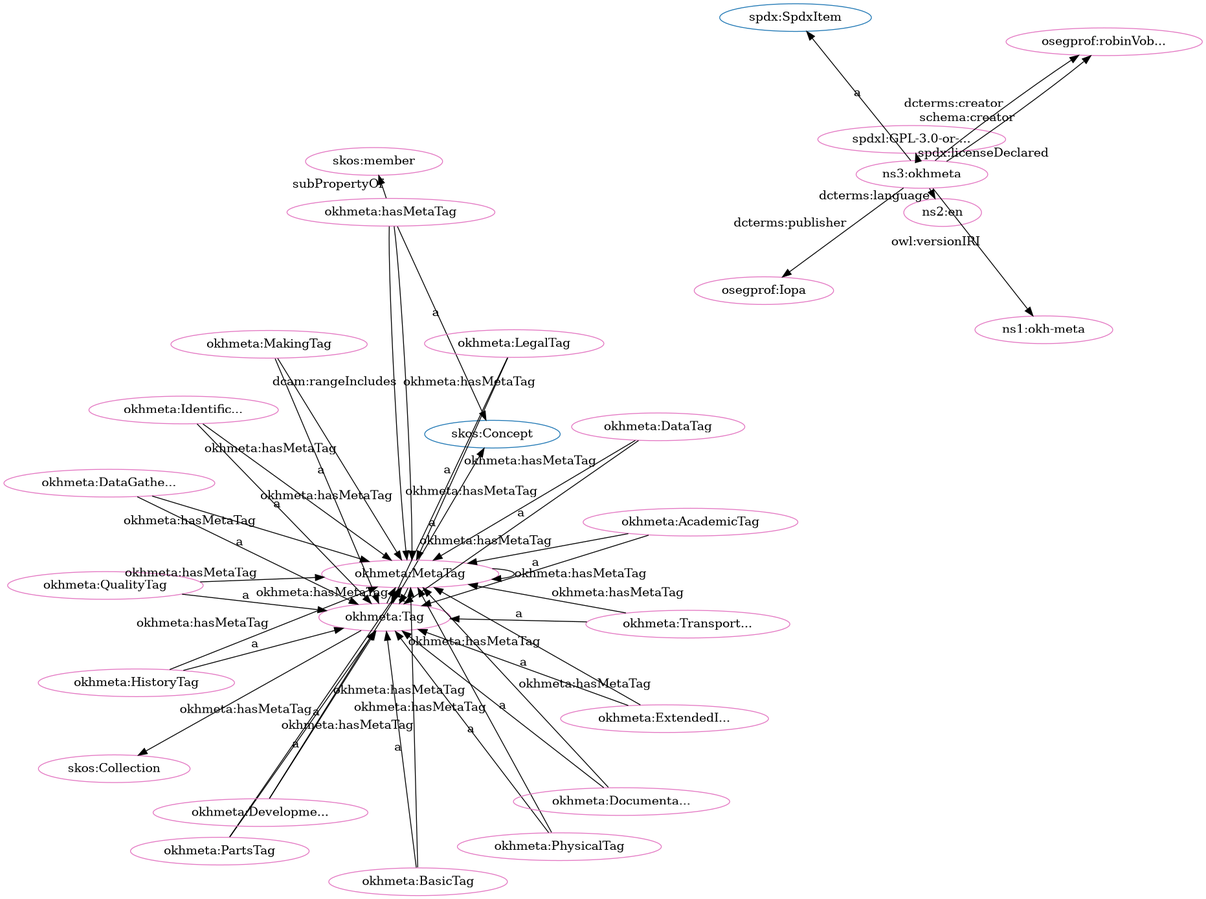
iop-alliance/OpenKnowHow keeps this Graphviz diagram as src/spec/fdp_okh-meta-clean.png. Above is the earlier version. Its source is kept beside it as src/spec/fdp_okh-meta-clean.dot.
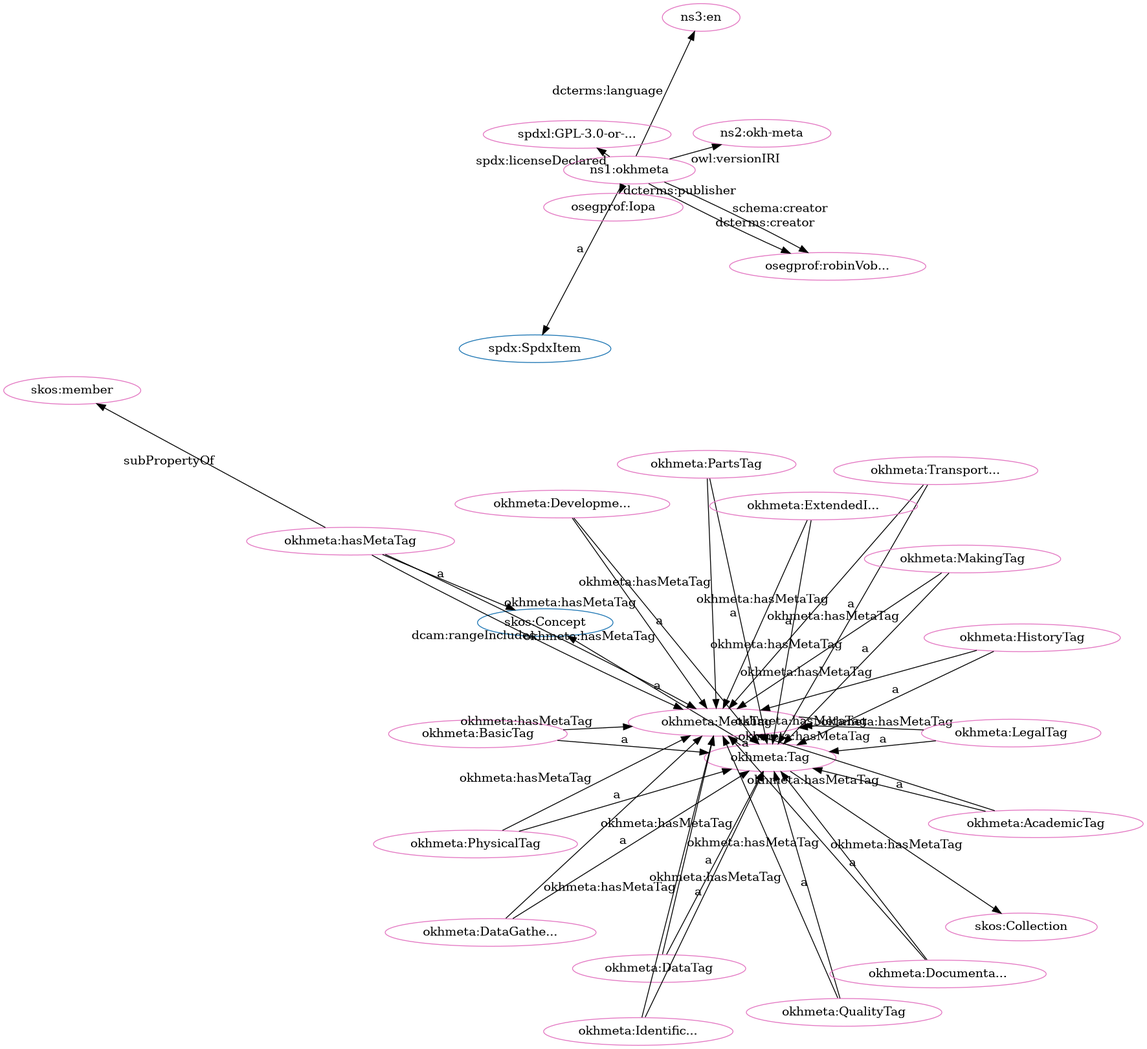
Above is the later version.

The edit, as a diff of the source:
```diff
@@ -1,80 +1,80 @@
 digraph G {
   rankdir=BT
   node[height=.3]
+"http://w3id.org/oseg/ont/okhmeta#Tag" [fillcolor="#1f77b4" color="#1f77b4" label="okhmeta:Tag"]
+"http://www.w3.org/2004/02/skos/core#Collection" [fillcolor="#1f77b4" color="#1f77b4" label="skos:Collection"]
 "http://spdx.org/rdf/terms#SpdxItem" [fillcolor="#1f77b4" color="#1f77b4" label="spdx:SpdxItem"]
-"http://w3id.org/oseg/ont/okhmeta#Tag" [fillcolor="#1f77b4" color="#1f77b4" label="okhmeta:Tag"]
 "http://www.w3.org/2004/02/skos/core#Concept" [fillcolor="#1f77b4" color="#1f77b4" label="skos:Concept"]
-"http://www.w3.org/2004/02/skos/core#Collection" [fillcolor="#1f77b4" color="#1f77b4" label="skos:Collection"]
+"http://w3id.org/oseg/ont/okhmeta#hasMetaTag" [fillcolor="#e377c2" color="#e377c2" label="okhmeta:hasMetaTag"]
+"http://w3id.org/oseg/ont/okhmeta#TransportationTag" [fillcolor="#e377c2" color="#e377c2" label="okhmeta:Transport..."]
+"http://w3id.org/oseg/ont/okhmeta#MetaTag" [fillcolor="#e377c2" color="#e377c2" label="okhmeta:MetaTag"]
+"http://w3id.org/oseg/ont/okhmeta#PartsTag" [fillcolor="#e377c2" color="#e377c2" label="okhmeta:PartsTag"]
+"http://w3id.org/oseg/ont/okhmeta" [fillcolor="#e377c2" color="#e377c2" label="ns1:okhmeta"]
+"http://w3id.org/oseg/ont/okhmeta#Tag" [fillcolor="#e377c2" color="#e377c2" label="okhmeta:Tag"]
+"http://w3id.org/oseg/ont/okhmeta#AcademicTag" [fillcolor="#e377c2" color="#e377c2" label="okhmeta:AcademicTag"]
+"http://w3id.org/oseg/ont/okhmeta#DevelopmentTag" [fillcolor="#e377c2" color="#e377c2" label="okhmeta:Developme..."]
+"http://www.w3.org/2004/02/skos/core#Collection" [fillcolor="#e377c2" color="#e377c2" label="skos:Collection"]
 "http://w3id.org/oseg/ont/okhmeta#BasicTag" [fillcolor="#e377c2" color="#e377c2" label="okhmeta:BasicTag"]
-"http://w3id.org/oseg/ont/okhmeta#MetaTag" [fillcolor="#e377c2" color="#e377c2" label="okhmeta:MetaTag"]
-"http://w3id.org/oseg/ont/1.1.0/okh-meta" [fillcolor="#e377c2" color="#e377c2" label="ns1:okh-meta"]
 "http://w3id.org/oseg/ont/okhmeta#DataTag" [fillcolor="#e377c2" color="#e377c2" label="okhmeta:DataTag"]
-"http://w3id.org/oseg/ont/okhmeta#hasMetaTag" [fillcolor="#e377c2" color="#e377c2" label="okhmeta:hasMetaTag"]
-"http://w3id.org/oseg/ont/okhmeta#PartsTag" [fillcolor="#e377c2" color="#e377c2" label="okhmeta:PartsTag"]
-"http://w3id.org/oseg/ont/okhmeta#HistoryTag" [fillcolor="#e377c2" color="#e377c2" label="okhmeta:HistoryTag"]
-"http://w3id.org/oseg/ont/okhmeta#DevelopmentTag" [fillcolor="#e377c2" color="#e377c2" label="okhmeta:Developme..."]
-"http://id.loc.gov/vocabulary/iso639-1/en" [fillcolor="#e377c2" color="#e377c2" label="ns2:en"]
-"http://www.w3.org/2004/02/skos/core#Collection" [fillcolor="#e377c2" color="#e377c2" label="skos:Collection"]
-"http://w3id.org/oseg/ont/okhmeta#PhysicalTag" [fillcolor="#e377c2" color="#e377c2" label="okhmeta:PhysicalTag"]
-"http://w3id.org/oseg/ont/okhmeta#LegalTag" [fillcolor="#e377c2" color="#e377c2" label="okhmeta:LegalTag"]
-"http://spdx.org/licenses/GPL-3.0-or-later" [fillcolor="#e377c2" color="#e377c2" label="spdxl:GPL-3.0-or-..."]
-"http://w3id.org/oseg/ont/okhmeta#TransportationTag" [fillcolor="#e377c2" color="#e377c2" label="okhmeta:Transport..."]
-"http://w3id.org/oseg/ont/okhmeta" [fillcolor="#e377c2" color="#e377c2" label="ns3:okhmeta"]
-"http://www.w3.org/2004/02/skos/core#member" [fillcolor="#e377c2" color="#e377c2" label="skos:member"]
 "http://w3id.org/oseg/ont/oseg-profiles#robinVobruba" [fillcolor="#e377c2" color="#e377c2" label="osegprof:robinVob..."]
-"http://w3id.org/oseg/ont/okhmeta#QualityTag" [fillcolor="#e377c2" color="#e377c2" label="okhmeta:QualityTag"]
-"http://w3id.org/oseg/ont/okhmeta#AcademicTag" [fillcolor="#e377c2" color="#e377c2" label="okhmeta:AcademicTag"]
-"http://w3id.org/oseg/ont/okhmeta#DocumentationTag" [fillcolor="#e377c2" color="#e377c2" label="okhmeta:Documenta..."]
-"http://w3id.org/oseg/ont/oseg-profiles#Iopa" [fillcolor="#e377c2" color="#e377c2" label="osegprof:Iopa"]
-"http://w3id.org/oseg/ont/okhmeta#IdentificationTag" [fillcolor="#e377c2" color="#e377c2" label="okhmeta:Identific..."]
-"http://w3id.org/oseg/ont/okhmeta#MakingTag" [fillcolor="#e377c2" color="#e377c2" label="okhmeta:MakingTag"]
 "http://w3id.org/oseg/ont/okhmeta#DataGatheringTag" [fillcolor="#e377c2" color="#e377c2" label="okhmeta:DataGathe..."]
 "http://w3id.org/oseg/ont/okhmeta#ExtendedInfoTag" [fillcolor="#e377c2" color="#e377c2" label="okhmeta:ExtendedI..."]
-"http://w3id.org/oseg/ont/okhmeta#Tag" [fillcolor="#e377c2" color="#e377c2" label="okhmeta:Tag"]
+"http://w3id.org/oseg/ont/okhmeta#QualityTag" [fillcolor="#e377c2" color="#e377c2" label="okhmeta:QualityTag"]
+"http://w3id.org/oseg/ont/1.1.0/okh-meta" [fillcolor="#e377c2" color="#e377c2" label="ns2:okh-meta"]
+"http://id.loc.gov/vocabulary/iso639-1/en" [fillcolor="#e377c2" color="#e377c2" label="ns3:en"]
+"http://www.w3.org/2004/02/skos/core#member" [fillcolor="#e377c2" color="#e377c2" label="skos:member"]
+"http://spdx.org/licenses/GPL-3.0-or-later" [fillcolor="#e377c2" color="#e377c2" label="spdxl:GPL-3.0-or-..."]
+"http://w3id.org/oseg/ont/okhmeta#MakingTag" [fillcolor="#e377c2" color="#e377c2" label="okhmeta:MakingTag"]
+"http://w3id.org/oseg/ont/okhmeta#LegalTag" [fillcolor="#e377c2" color="#e377c2" label="okhmeta:LegalTag"]
+"http://w3id.org/oseg/ont/okhmeta#PhysicalTag" [fillcolor="#e377c2" color="#e377c2" label="okhmeta:PhysicalTag"]
+"http://w3id.org/oseg/ont/okhmeta#IdentificationTag" [fillcolor="#e377c2" color="#e377c2" label="okhmeta:Identific..."]
+"http://w3id.org/oseg/ont/okhmeta#HistoryTag" [fillcolor="#e377c2" color="#e377c2" label="okhmeta:HistoryTag"]
+"http://w3id.org/oseg/ont/oseg-profiles#Iopa" [fillcolor="#e377c2" color="#e377c2" label="osegprof:Iopa"]
+"http://w3id.org/oseg/ont/okhmeta#DocumentationTag" [fillcolor="#e377c2" color="#e377c2" label="okhmeta:Documenta..."]
+  "http://w3id.org/oseg/ont/okhmeta#PartsTag" -> "http://w3id.org/oseg/ont/okhmeta#Tag" [label="a"]
+  "http://w3id.org/oseg/ont/okhmeta" -> "http://spdx.org/rdf/terms#SpdxItem" [label="a"]
+  "http://w3id.org/oseg/ont/okhmeta#Tag" -> "http://www.w3.org/2004/02/skos/core#Concept" [label="a"]
+  "http://w3id.org/oseg/ont/okhmeta#DocumentationTag" -> "http://w3id.org/oseg/ont/okhmeta#MetaTag" [label="okhmeta:hasMetaTag"]
+  "http://w3id.org/oseg/ont/okhmeta#Tag" -> "http://w3id.org/oseg/ont/okhmeta#MetaTag" [label="okhmeta:hasMetaTag"]
+  "http://w3id.org/oseg/ont/okhmeta#AcademicTag" -> "http://w3id.org/oseg/ont/okhmeta#Tag" [label="a"]
+  "http://w3id.org/oseg/ont/okhmeta#hasMetaTag" -> "http://www.w3.org/2004/02/skos/core#Concept" [label="a"]
+  "http://w3id.org/oseg/ont/okhmeta#BasicTag" -> "http://w3id.org/oseg/ont/okhmeta#Tag" [label="a"]
   "http://w3id.org/oseg/ont/okhmeta#PhysicalTag" -> "http://w3id.org/oseg/ont/okhmeta#MetaTag" [label="okhmeta:hasMetaTag"]
-  "http://w3id.org/oseg/ont/okhmeta#Tag" -> "http://w3id.org/oseg/ont/okhmeta#MetaTag" [label="okhmeta:hasMetaTag"]
-  "http://w3id.org/oseg/ont/okhmeta#PartsTag" -> "http://w3id.org/oseg/ont/okhmeta#Tag" [label="a"]
+  "http://w3id.org/oseg/ont/okhmeta#AcademicTag" -> "http://w3id.org/oseg/ont/okhmeta#MetaTag" [label="okhmeta:hasMetaTag"]
+  "http://w3id.org/oseg/ont/okhmeta" -> "http://w3id.org/oseg/ont/oseg-profiles#robinVobruba" [label="schema:creator"]
+  "http://w3id.org/oseg/ont/okhmeta#IdentificationTag" -> "http://w3id.org/oseg/ont/okhmeta#MetaTag" [label="okhmeta:hasMetaTag"]
+  "http://w3id.org/oseg/ont/okhmeta#DataGatheringTag" -> "http://w3id.org/oseg/ont/okhmeta#Tag" [label="a"]
+  "http://w3id.org/oseg/ont/okhmeta#hasMetaTag" -> "http://www.w3.org/2004/02/skos/core#member" [label="subPropertyOf"]
+  "http://w3id.org/oseg/ont/okhmeta" -> "http://spdx.org/licenses/GPL-3.0-or-later" [label="spdx:licenseDeclared"]
+  "http://w3id.org/oseg/ont/okhmeta#ExtendedInfoTag" -> "http://w3id.org/oseg/ont/okhmeta#MetaTag" [label="okhmeta:hasMetaTag"]
+  "http://w3id.org/oseg/ont/okhmeta#QualityTag" -> "http://w3id.org/oseg/ont/okhmeta#MetaTag" [label="okhmeta:hasMetaTag"]
+  "http://w3id.org/oseg/ont/okhmeta#PartsTag" -> "http://w3id.org/oseg/ont/okhmeta#MetaTag" [label="okhmeta:hasMetaTag"]
+  "http://w3id.org/oseg/ont/okhmeta#LegalTag" -> "http://w3id.org/oseg/ont/okhmeta#Tag" [label="a"]
+  "http://w3id.org/oseg/ont/okhmeta#MakingTag" -> "http://w3id.org/oseg/ont/okhmeta#MetaTag" [label="okhmeta:hasMetaTag"]
+  "http://w3id.org/oseg/ont/okhmeta#hasMetaTag" -> "http://w3id.org/oseg/ont/okhmeta#MetaTag" [label="dcam:rangeIncludes"]
   "http://w3id.org/oseg/ont/okhmeta#HistoryTag" -> "http://w3id.org/oseg/ont/okhmeta#Tag" [label="a"]
+  "http://w3id.org/oseg/ont/okhmeta#DocumentationTag" -> "http://w3id.org/oseg/ont/okhmeta#Tag" [label="a"]
+  "http://w3id.org/oseg/ont/okhmeta#TransportationTag" -> "http://w3id.org/oseg/ont/okhmeta#Tag" [label="a"]
+  "http://w3id.org/oseg/ont/okhmeta#BasicTag" -> "http://w3id.org/oseg/ont/okhmeta#MetaTag" [label="okhmeta:hasMetaTag"]
   "http://w3id.org/oseg/ont/okhmeta#DevelopmentTag" -> "http://w3id.org/oseg/ont/okhmeta#Tag" [label="a"]
+  "http://w3id.org/oseg/ont/okhmeta#TransportationTag" -> "http://w3id.org/oseg/ont/okhmeta#MetaTag" [label="okhmeta:hasMetaTag"]
+  "http://w3id.org/oseg/ont/okhmeta#Tag" -> "http://www.w3.org/2004/02/skos/core#Collection" [label=""]
+  "http://w3id.org/oseg/ont/okhmeta#DataTag" -> "http://w3id.org/oseg/ont/okhmeta#Tag" [label="a"]
+  "http://w3id.org/oseg/ont/okhmeta" -> "http://w3id.org/oseg/ont/oseg-profiles#robinVobruba" [label="dcterms:creator"]
+  "http://w3id.org/oseg/ont/okhmeta#ExtendedInfoTag" -> "http://w3id.org/oseg/ont/okhmeta#Tag" [label="a"]
+  "http://w3id.org/oseg/ont/okhmeta#QualityTag" -> "http://w3id.org/oseg/ont/okhmeta#Tag" [label="a"]
+  "http://w3id.org/oseg/ont/okhmeta" -> "http://w3id.org/oseg/ont/1.1.0/okh-meta" [label="owl:versionIRI"]
   "http://w3id.org/oseg/ont/okhmeta#DataTag" -> "http://w3id.org/oseg/ont/okhmeta#MetaTag" [label="okhmeta:hasMetaTag"]
-  "http://w3id.org/oseg/ont/okhmeta#LegalTag" -> "http://w3id.org/oseg/ont/okhmeta#Tag" [label="a"]
+  "http://w3id.org/oseg/ont/okhmeta" -> "http://id.loc.gov/vocabulary/iso639-1/en" [label="dcterms:language"]
+  "http://w3id.org/oseg/ont/okhmeta#MetaTag" -> "http://w3id.org/oseg/ont/okhmeta#Tag" [label="a"]
   "http://w3id.org/oseg/ont/okhmeta#HistoryTag" -> "http://w3id.org/oseg/ont/okhmeta#MetaTag" [label="okhmeta:hasMetaTag"]
-  "http://w3id.org/oseg/ont/okhmeta#TransportationTag" -> "http://w3id.org/oseg/ont/okhmeta#Tag" [label="a"]
+  "http://w3id.org/oseg/ont/okhmeta#DataGatheringTag" -> "http://w3id.org/oseg/ont/okhmeta#MetaTag" [label="okhmeta:hasMetaTag"]
+  "http://w3id.org/oseg/ont/okhmeta#MakingTag" -> "http://w3id.org/oseg/ont/okhmeta#Tag" [label="a"]
+  "http://w3id.org/oseg/ont/okhmeta#PhysicalTag" -> "http://w3id.org/oseg/ont/okhmeta#Tag" [label="a"]
+  "http://w3id.org/oseg/ont/okhmeta#hasMetaTag" -> "http://w3id.org/oseg/ont/okhmeta#MetaTag" [label="okhmeta:hasMetaTag"]
+  "http://w3id.org/oseg/ont/okhmeta#IdentificationTag" -> "http://w3id.org/oseg/ont/okhmeta#Tag" [label="a"]
+  "http://w3id.org/oseg/ont/okhmeta#MetaTag" -> "http://w3id.org/oseg/ont/okhmeta#MetaTag" [label="okhmeta:hasMetaTag"]
+  "http://w3id.org/oseg/ont/okhmeta#LegalTag" -> "http://w3id.org/oseg/ont/okhmeta#MetaTag" [label="okhmeta:hasMetaTag"]
+  "http://w3id.org/oseg/ont/okhmeta" -> "http://w3id.org/oseg/ont/oseg-profiles#Iopa" [label="dcterms:publisher"]
   "http://w3id.org/oseg/ont/okhmeta#DevelopmentTag" -> "http://w3id.org/oseg/ont/okhmeta#MetaTag" [label="okhmeta:hasMetaTag"]
-  "http://w3id.org/oseg/ont/okhmeta#hasMetaTag" -> "http://w3id.org/oseg/ont/okhmeta#MetaTag" [label="okhmeta:hasMetaTag"]
-  "http://w3id.org/oseg/ont/okhmeta#AcademicTag" -> "http://w3id.org/oseg/ont/okhmeta#MetaTag" [label="okhmeta:hasMetaTag"]
-  "http://w3id.org/oseg/ont/okhmeta" -> "http://w3id.org/oseg/ont/oseg-profiles#robinVobruba" [label="dcterms:creator"]
-  "http://w3id.org/oseg/ont/okhmeta" -> "http://spdx.org/rdf/terms#SpdxItem" [label="a"]
-  "http://w3id.org/oseg/ont/okhmeta" -> "http://w3id.org/oseg/ont/oseg-profiles#robinVobruba" [label="schema:creator"]
-  "http://w3id.org/oseg/ont/okhmeta#DocumentationTag" -> "http://w3id.org/oseg/ont/okhmeta#Tag" [label="a"]
-  "http://w3id.org/oseg/ont/okhmeta" -> "http://w3id.org/oseg/ont/oseg-profiles#Iopa" [label="dcterms:publisher"]
-  "http://w3id.org/oseg/ont/okhmeta#ExtendedInfoTag" -> "http://w3id.org/oseg/ont/okhmeta#Tag" [label="a"]
-  "http://w3id.org/oseg/ont/okhmeta#QualityTag" -> "http://w3id.org/oseg/ont/okhmeta#MetaTag" [label="okhmeta:hasMetaTag"]
-  "http://w3id.org/oseg/ont/okhmeta#BasicTag" -> "http://w3id.org/oseg/ont/okhmeta#Tag" [label="a"]
-  "http://w3id.org/oseg/ont/okhmeta" -> "http://w3id.org/oseg/ont/1.1.0/okh-meta" [label="owl:versionIRI"]
-  "http://w3id.org/oseg/ont/okhmeta#DataTag" -> "http://w3id.org/oseg/ont/okhmeta#Tag" [label="a"]
-  "http://w3id.org/oseg/ont/okhmeta#IdentificationTag" -> "http://w3id.org/oseg/ont/okhmeta#MetaTag" [label="okhmeta:hasMetaTag"]
-  "http://w3id.org/oseg/ont/okhmeta#MakingTag" -> "http://w3id.org/oseg/ont/okhmeta#MetaTag" [label="okhmeta:hasMetaTag"]
-  "http://w3id.org/oseg/ont/okhmeta#DataGatheringTag" -> "http://w3id.org/oseg/ont/okhmeta#MetaTag" [label="okhmeta:hasMetaTag"]
-  "http://w3id.org/oseg/ont/okhmeta#MetaTag" -> "http://w3id.org/oseg/ont/okhmeta#MetaTag" [label="okhmeta:hasMetaTag"]
-  "http://w3id.org/oseg/ont/okhmeta" -> "http://id.loc.gov/vocabulary/iso639-1/en" [label="dcterms:language"]
-  "http://w3id.org/oseg/ont/okhmeta#Tag" -> "http://www.w3.org/2004/02/skos/core#Collection" [label=""]
-  "http://w3id.org/oseg/ont/okhmeta#PhysicalTag" -> "http://w3id.org/oseg/ont/okhmeta#Tag" [label="a"]
-  "http://w3id.org/oseg/ont/okhmeta" -> "http://spdx.org/licenses/GPL-3.0-or-later" [label="spdx:licenseDeclared"]
-  "http://w3id.org/oseg/ont/okhmeta#PartsTag" -> "http://w3id.org/oseg/ont/okhmeta#MetaTag" [label="okhmeta:hasMetaTag"]
-  "http://w3id.org/oseg/ont/okhmeta#DocumentationTag" -> "http://w3id.org/oseg/ont/okhmeta#MetaTag" [label="okhmeta:hasMetaTag"]
-  "http://w3id.org/oseg/ont/okhmeta#hasMetaTag" -> "http://www.w3.org/2004/02/skos/core#member" [label="subPropertyOf"]
-  "http://w3id.org/oseg/ont/okhmeta#LegalTag" -> "http://w3id.org/oseg/ont/okhmeta#MetaTag" [label="okhmeta:hasMetaTag"]
-  "http://w3id.org/oseg/ont/okhmeta#ExtendedInfoTag" -> "http://w3id.org/oseg/ont/okhmeta#MetaTag" [label="okhmeta:hasMetaTag"]
-  "http://w3id.org/oseg/ont/okhmeta#QualityTag" -> "http://w3id.org/oseg/ont/okhmeta#Tag" [label="a"]
-  "http://w3id.org/oseg/ont/okhmeta#AcademicTag" -> "http://w3id.org/oseg/ont/okhmeta#Tag" [label="a"]
-  "http://w3id.org/oseg/ont/okhmeta#TransportationTag" -> "http://w3id.org/oseg/ont/okhmeta#MetaTag" [label="okhmeta:hasMetaTag"]
-  "http://w3id.org/oseg/ont/okhmeta#BasicTag" -> "http://w3id.org/oseg/ont/okhmeta#MetaTag" [label="okhmeta:hasMetaTag"]
-  "http://w3id.org/oseg/ont/okhmeta#IdentificationTag" -> "http://w3id.org/oseg/ont/okhmeta#Tag" [label="a"]
-  "http://w3id.org/oseg/ont/okhmeta#MakingTag" -> "http://w3id.org/oseg/ont/okhmeta#Tag" [label="a"]
-  "http://w3id.org/oseg/ont/okhmeta#hasMetaTag" -> "http://w3id.org/oseg/ont/okhmeta#MetaTag" [label="dcam:rangeIncludes"]
-  "http://w3id.org/oseg/ont/okhmeta#DataGatheringTag" -> "http://w3id.org/oseg/ont/okhmeta#Tag" [label="a"]
-  "http://w3id.org/oseg/ont/okhmeta#MetaTag" -> "http://w3id.org/oseg/ont/okhmeta#Tag" [label="a"]
-  "http://w3id.org/oseg/ont/okhmeta#hasMetaTag" -> "http://www.w3.org/2004/02/skos/core#Concept" [label="a"]
-  "http://w3id.org/oseg/ont/okhmeta#Tag" -> "http://www.w3.org/2004/02/skos/core#Concept" [label="a"]
 }
```
